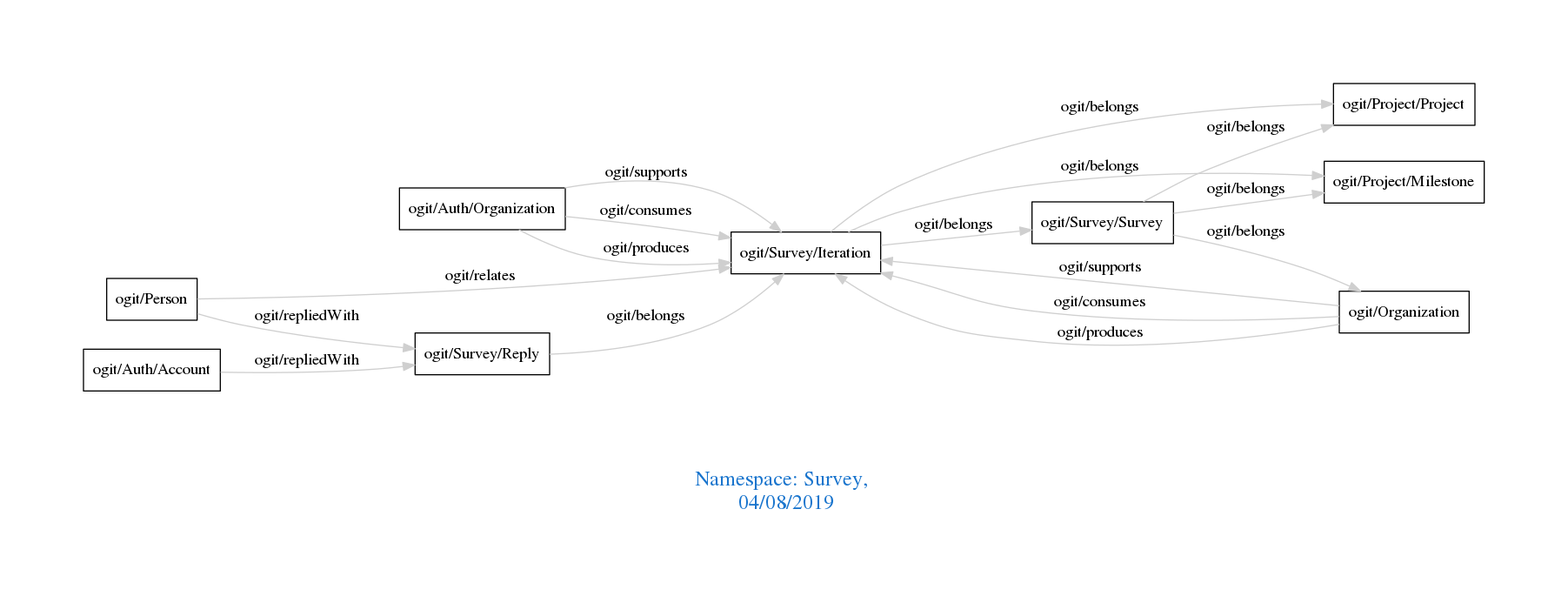
arago/OGIT keeps this Graphviz diagram as downloads/Survey.png. Above is the earlier version. Its source is kept beside it as downloads/Survey.dot.
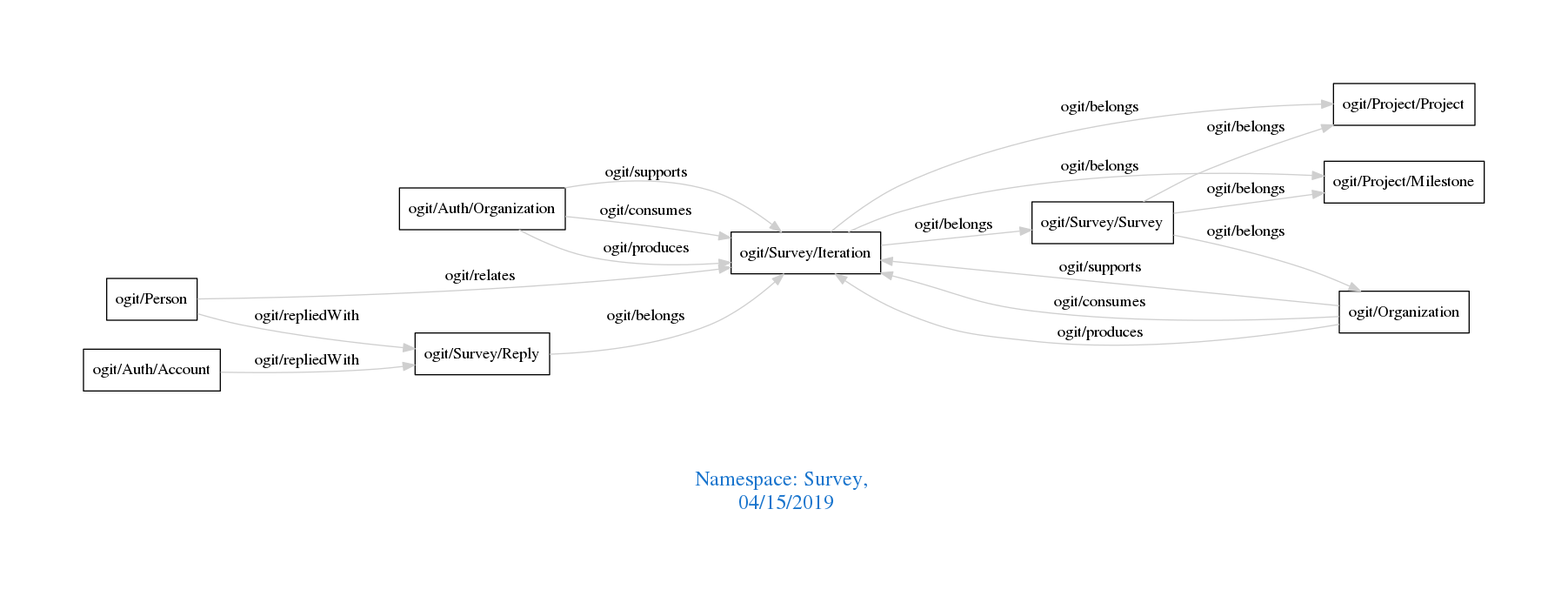
After the change.

Diff of the diagram source:
```diff
@@ -1,7 +1,7 @@
 digraph OGIT_ontology {
  graph [ rankdir= LR,pad=1
 fontsize = 18,
-fontcolor= dodgerblue3,label = "\n\n\nNamespace: Survey, \n 04/08/2019"];
+fontcolor= dodgerblue3,label = "\n\n\nNamespace: Survey, \n 04/15/2019"];
 node[shape=polygon];
 edge [  color="gray81"];
 
```
